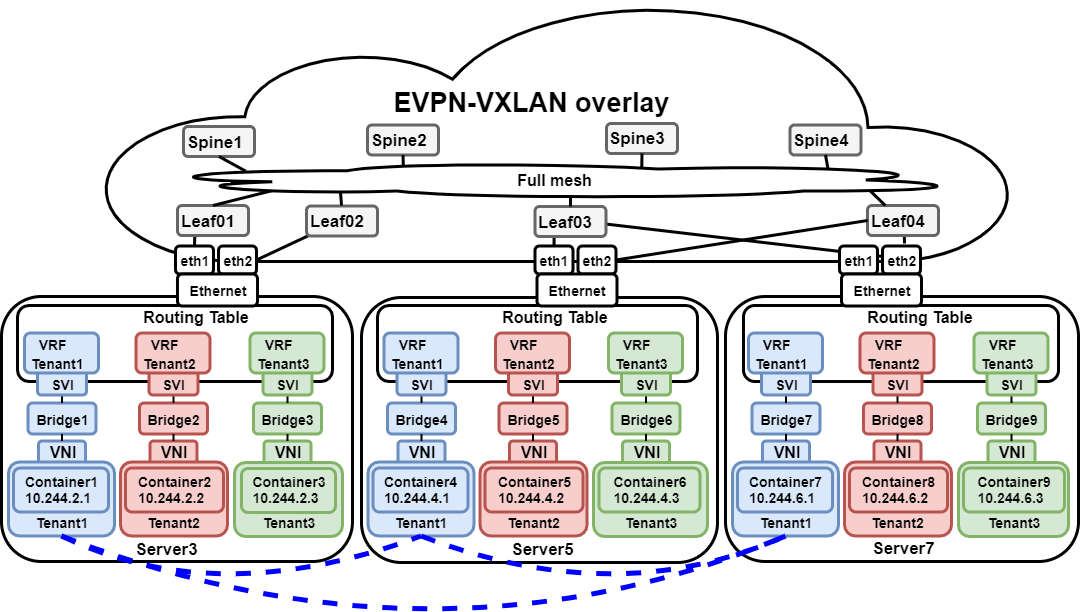
Earlier version of the draw.io export experiments/images/Experiment2.png (F-Potter/CRoHDAd_EVPN). Source tidied: cells renumbered, new cells last; positions are measured from the earlier drawing's top-left corner, leaving out a move shared by most shapes.
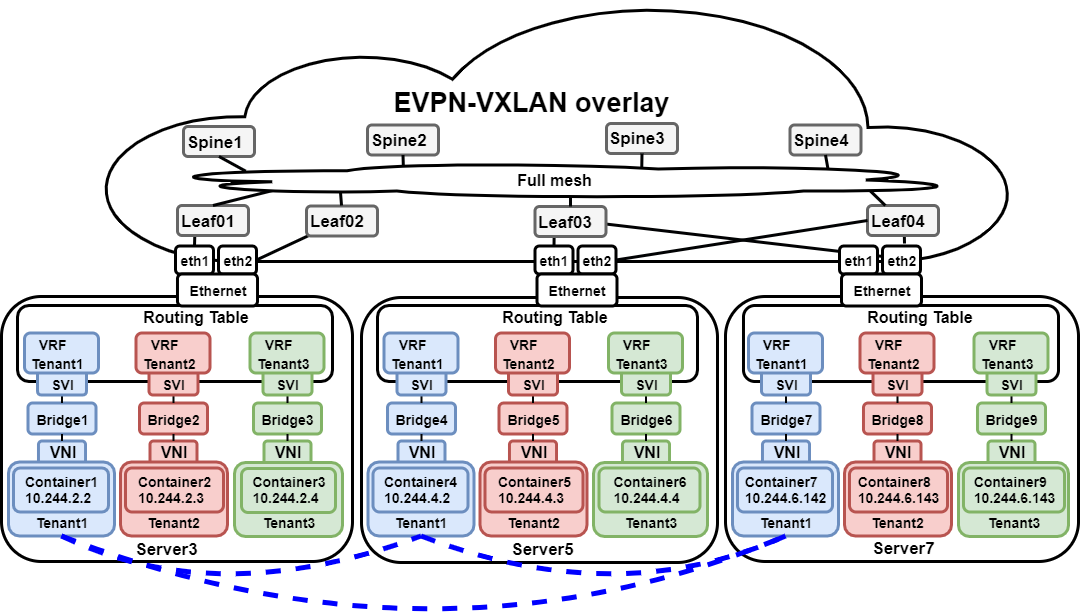
After the change.

Diff of the diagram source:
```diff
@@ -39,7 +39,7 @@
     <mxCell id="12" value="&lt;div style=&quot;text-align: left&quot;&gt;&lt;font style=&quot;font-size: 14px&quot;&gt;&lt;b&gt;&lt;br&gt;&lt;br&gt;Tenant1&lt;/b&gt;&lt;/font&gt;&lt;/div&gt;" style="rounded=1;whiteSpace=wrap;html=1;fontSize=16;fillColor=#dae8fc;strokeColor=#6c8ebf;strokeWidth=3;verticalAlign=bottom;" parent="1" vertex="1">
       <mxGeometry x="366.5" y="460.5" width="106" height="74" as="geometry" />
     </mxCell>
-    <mxCell id="13" value="&lt;div style=&quot;text-align: left ; font-size: 14px&quot;&gt;&lt;font style=&quot;font-size: 14px&quot;&gt;&lt;b style=&quot;font-size: 14px&quot;&gt;Container4&lt;br style=&quot;font-size: 14px&quot;&gt;10.244.4.1&lt;/b&gt;&lt;/font&gt;&lt;/div&gt;" style="rounded=1;whiteSpace=wrap;html=1;fontSize=14;fillColor=#dae8fc;strokeColor=#6c8ebf;strokeWidth=3;" parent="1" vertex="1">
+    <mxCell id="13" value="&lt;div style=&quot;text-align: left ; font-size: 14px&quot;&gt;&lt;font style=&quot;font-size: 14px&quot;&gt;&lt;b style=&quot;font-size: 14px&quot;&gt;Container4&lt;br style=&quot;font-size: 14px&quot;&gt;10.244.4.2&lt;/b&gt;&lt;/font&gt;&lt;/div&gt;" style="rounded=1;whiteSpace=wrap;html=1;fontSize=14;fillColor=#dae8fc;strokeColor=#6c8ebf;strokeWidth=3;" parent="1" vertex="1">
       <mxGeometry x="371.5" y="466.5" width="95" height="44" as="geometry" />
     </mxCell>
     <mxCell id="14" style="endArrow=none;html=1;fontSize=18;spacing=2;strokeWidth=2;fillColor=#dae8fc;strokeColor=#010203;exitX=0.5;exitY=0;exitDx=0;exitDy=0;entryX=0.5;entryY=1;entryDx=0;entryDy=0;" parent="1" edge="1" source="11" target="10">
@@ -78,7 +78,7 @@
     <mxCell id="25" value="&lt;div style=&quot;text-align: left&quot;&gt;&lt;font style=&quot;font-size: 14px&quot;&gt;&lt;b&gt;&lt;br&gt;&lt;br&gt;Tenant2&lt;/b&gt;&lt;/font&gt;&lt;/div&gt;" style="rounded=1;whiteSpace=wrap;html=1;fontSize=16;fillColor=#f8cecc;strokeColor=#b85450;strokeWidth=3;verticalAlign=bottom;" parent="1" vertex="1">
       <mxGeometry x="478.5" y="460.5" width="107" height="74" as="geometry" />
     </mxCell>
-    <mxCell id="26" value="&lt;div style=&quot;text-align: left ; font-size: 14px&quot;&gt;&lt;font style=&quot;font-size: 14px&quot;&gt;&lt;b style=&quot;font-size: 14px&quot;&gt;Container5&lt;br style=&quot;font-size: 14px&quot;&gt;10.244.4.2&lt;/b&gt;&lt;/font&gt;&lt;/div&gt;" style="rounded=1;whiteSpace=wrap;html=1;fontSize=14;fillColor=#f8cecc;strokeColor=#b85450;strokeWidth=3;" parent="1" vertex="1">
+    <mxCell id="26" value="&lt;div style=&quot;text-align: left ; font-size: 14px&quot;&gt;&lt;font style=&quot;font-size: 14px&quot;&gt;&lt;b style=&quot;font-size: 14px&quot;&gt;Container5&lt;br style=&quot;font-size: 14px&quot;&gt;10.244.4.3&lt;/b&gt;&lt;/font&gt;&lt;/div&gt;" style="rounded=1;whiteSpace=wrap;html=1;fontSize=14;fillColor=#f8cecc;strokeColor=#b85450;strokeWidth=3;" parent="1" vertex="1">
       <mxGeometry x="483.5" y="466.5" width="98" height="44" as="geometry" />
     </mxCell>
     <mxCell id="27" style="endArrow=none;html=1;fontSize=18;spacing=2;strokeWidth=2;fillColor=#dae8fc;strokeColor=#010203;exitX=0.5;exitY=0;exitDx=0;exitDy=0;entryX=0.5;entryY=1;entryDx=0;entryDy=0;" parent="1" edge="1" source="24" target="23">
@@ -102,7 +102,7 @@
     <mxCell id="33" value="&lt;div style=&quot;text-align: left&quot;&gt;&lt;font style=&quot;font-size: 14px&quot;&gt;&lt;b&gt;&lt;br&gt;&lt;br&gt;Tenant3&lt;/b&gt;&lt;/font&gt;&lt;/div&gt;" style="rounded=1;whiteSpace=wrap;html=1;fontSize=16;fillColor=#d5e8d4;strokeColor=#82b366;strokeWidth=3;verticalAlign=bottom;" parent="1" vertex="1">
       <mxGeometry x="592" y="461" width="114" height="74" as="geometry" />
     </mxCell>
-    <mxCell id="34" value="&lt;div style=&quot;text-align: left ; font-size: 14px&quot;&gt;&lt;font style=&quot;font-size: 14px&quot;&gt;&lt;b style=&quot;font-size: 14px&quot;&gt;Container6&lt;br style=&quot;font-size: 14px&quot;&gt;10.244.4.3&lt;/b&gt;&lt;/font&gt;&lt;/div&gt;" style="rounded=1;whiteSpace=wrap;html=1;fontSize=14;fillColor=#d5e8d4;strokeColor=#82b366;strokeWidth=3;" parent="1" vertex="1">
+    <mxCell id="34" value="&lt;div style=&quot;text-align: left ; font-size: 14px&quot;&gt;&lt;font style=&quot;font-size: 14px&quot;&gt;&lt;b style=&quot;font-size: 14px&quot;&gt;Container6&lt;br style=&quot;font-size: 14px&quot;&gt;10.244.4.4&lt;/b&gt;&lt;/font&gt;&lt;/div&gt;" style="rounded=1;whiteSpace=wrap;html=1;fontSize=14;fillColor=#d5e8d4;strokeColor=#82b366;strokeWidth=3;" parent="1" vertex="1">
       <mxGeometry x="597.5" y="466.5" width="101" height="44" as="geometry" />
     </mxCell>
     <mxCell id="35" style="endArrow=none;html=1;fontSize=18;spacing=2;strokeWidth=2;fillColor=#dae8fc;strokeColor=#010203;exitX=0.5;exitY=0;exitDx=0;exitDy=0;entryX=0.5;entryY=1;entryDx=0;entryDy=0;" parent="1" edge="1" source="32" target="31">
@@ -132,7 +132,7 @@
     <mxCell id="43" value="&lt;div style=&quot;text-align: left&quot;&gt;&lt;font style=&quot;font-size: 14px&quot;&gt;&lt;b&gt;&lt;br&gt;&lt;br&gt;Tenant1&lt;/b&gt;&lt;/font&gt;&lt;/div&gt;" style="rounded=1;whiteSpace=wrap;html=1;fontSize=16;fillColor=#dae8fc;strokeColor=#6c8ebf;strokeWidth=3;verticalAlign=bottom;" parent="1" vertex="1">
       <mxGeometry x="731" y="460.5" width="106" height="74" as="geometry" />
     </mxCell>
-    <mxCell id="44" value="&lt;div style=&quot;text-align: left ; font-size: 14px&quot;&gt;&lt;font style=&quot;font-size: 14px&quot;&gt;&lt;b style=&quot;font-size: 14px&quot;&gt;Container7&lt;br style=&quot;font-size: 14px&quot;&gt;10.244.6.1&lt;/b&gt;&lt;/font&gt;&lt;/div&gt;" style="rounded=1;whiteSpace=wrap;html=1;fontSize=14;fillColor=#dae8fc;strokeColor=#6c8ebf;strokeWidth=3;" parent="1" vertex="1">
+    <mxCell id="44" value="&lt;div style=&quot;text-align: left ; font-size: 14px&quot;&gt;&lt;font style=&quot;font-size: 14px&quot;&gt;&lt;b style=&quot;font-size: 14px&quot;&gt;Container7&lt;br style=&quot;font-size: 14px&quot;&gt;10.244.6.142&lt;/b&gt;&lt;/font&gt;&lt;/div&gt;" style="rounded=1;whiteSpace=wrap;html=1;fontSize=14;fillColor=#dae8fc;strokeColor=#6c8ebf;strokeWidth=3;" parent="1" vertex="1">
       <mxGeometry x="736" y="466.5" width="95" height="44" as="geometry" />
     </mxCell>
     <mxCell id="45" style="endArrow=none;html=1;fontSize=18;spacing=2;strokeWidth=2;fillColor=#dae8fc;strokeColor=#010203;exitX=0.5;exitY=0;exitDx=0;exitDy=0;entryX=0.5;entryY=1;entryDx=0;entryDy=0;" parent="1" edge="1" source="42" target="41">
@@ -171,7 +171,7 @@
     <mxCell id="56" value="&lt;div style=&quot;text-align: left&quot;&gt;&lt;font style=&quot;font-size: 14px&quot;&gt;&lt;b&gt;&lt;br&gt;&lt;br&gt;Tenant2&lt;/b&gt;&lt;/font&gt;&lt;/div&gt;" style="rounded=1;whiteSpace=wrap;html=1;fontSize=16;fillColor=#f8cecc;strokeColor=#b85450;strokeWidth=3;verticalAlign=bottom;" parent="1" vertex="1">
       <mxGeometry x="843" y="460.5" width="107" height="74" as="geometry" />
     </mxCell>
-    <mxCell id="57" value="&lt;div style=&quot;text-align: left ; font-size: 14px&quot;&gt;&lt;font style=&quot;font-size: 14px&quot;&gt;&lt;b style=&quot;font-size: 14px&quot;&gt;Container8&lt;br style=&quot;font-size: 14px&quot;&gt;10.244.6.2&lt;/b&gt;&lt;/font&gt;&lt;/div&gt;" style="rounded=1;whiteSpace=wrap;html=1;fontSize=14;fillColor=#f8cecc;strokeColor=#b85450;strokeWidth=3;" parent="1" vertex="1">
+    <mxCell id="57" value="&lt;div style=&quot;text-align: left ; font-size: 14px&quot;&gt;&lt;font style=&quot;font-size: 14px&quot;&gt;&lt;b style=&quot;font-size: 14px&quot;&gt;Container8&lt;br style=&quot;font-size: 14px&quot;&gt;10.244.6.143&lt;/b&gt;&lt;/font&gt;&lt;/div&gt;" style="rounded=1;whiteSpace=wrap;html=1;fontSize=14;fillColor=#f8cecc;strokeColor=#b85450;strokeWidth=3;" parent="1" vertex="1">
       <mxGeometry x="848" y="466.5" width="98" height="44" as="geometry" />
     </mxCell>
     <mxCell id="58" style="endArrow=none;html=1;fontSize=18;spacing=2;strokeWidth=2;fillColor=#dae8fc;strokeColor=#010203;exitX=0.5;exitY=0;exitDx=0;exitDy=0;entryX=0.5;entryY=1;entryDx=0;entryDy=0;" parent="1" edge="1" source="55" target="54">
@@ -195,7 +195,7 @@
     <mxCell id="64" value="&lt;div style=&quot;text-align: left&quot;&gt;&lt;font style=&quot;font-size: 14px&quot;&gt;&lt;b&gt;&lt;br&gt;&lt;br&gt;Tenant3&lt;/b&gt;&lt;/font&gt;&lt;/div&gt;" style="rounded=1;whiteSpace=wrap;html=1;fontSize=16;fillColor=#d5e8d4;strokeColor=#82b366;strokeWidth=3;verticalAlign=bottom;" parent="1" vertex="1">
       <mxGeometry x="957" y="461" width="110" height="74" as="geometry" />
     </mxCell>
-    <mxCell id="65" value="&lt;div style=&quot;text-align: left ; font-size: 14px&quot;&gt;&lt;font style=&quot;font-size: 14px&quot;&gt;&lt;b style=&quot;font-size: 14px&quot;&gt;Container9&lt;br style=&quot;font-size: 14px&quot;&gt;10.244.6.3&lt;/b&gt;&lt;/font&gt;&lt;/div&gt;" style="rounded=1;whiteSpace=wrap;html=1;fontSize=14;fillColor=#d5e8d4;strokeColor=#82b366;strokeWidth=3;" parent="1" vertex="1">
+    <mxCell id="65" value="&lt;div style=&quot;text-align: left ; font-size: 14px&quot;&gt;&lt;font style=&quot;font-size: 14px&quot;&gt;&lt;b style=&quot;font-size: 14px&quot;&gt;Container9&lt;br style=&quot;font-size: 14px&quot;&gt;10.244.6.143&lt;/b&gt;&lt;/font&gt;&lt;/div&gt;" style="rounded=1;whiteSpace=wrap;html=1;fontSize=14;fillColor=#d5e8d4;strokeColor=#82b366;strokeWidth=3;" parent="1" vertex="1">
       <mxGeometry x="962" y="466.5" width="101" height="44" as="geometry" />
     </mxCell>
     <mxCell id="66" style="endArrow=none;html=1;fontSize=18;spacing=2;strokeWidth=2;fillColor=#dae8fc;strokeColor=#010203;exitX=0.5;exitY=0;exitDx=0;exitDy=0;entryX=0.5;entryY=1;entryDx=0;entryDy=0;" parent="1" edge="1" source="63" target="62">
@@ -225,7 +225,7 @@
     <mxCell id="74" value="&lt;div style=&quot;text-align: left&quot;&gt;&lt;font style=&quot;font-size: 14px&quot;&gt;&lt;b&gt;&lt;br&gt;&lt;br&gt;Tenant1&lt;/b&gt;&lt;/font&gt;&lt;/div&gt;" style="rounded=1;whiteSpace=wrap;html=1;fontSize=16;fillColor=#dae8fc;strokeColor=#6c8ebf;strokeWidth=3;verticalAlign=bottom;" parent="1" vertex="1">
       <mxGeometry x="7" y="460.5" width="106" height="74" as="geometry" />
     </mxCell>
-    <mxCell id="75" value="&lt;div style=&quot;text-align: left ; font-size: 14px&quot;&gt;&lt;font style=&quot;font-size: 14px&quot;&gt;&lt;b style=&quot;font-size: 14px&quot;&gt;Container1&lt;br style=&quot;font-size: 14px&quot;&gt;10.244.2.1&lt;/b&gt;&lt;/font&gt;&lt;/div&gt;" style="rounded=1;whiteSpace=wrap;html=1;fontSize=14;fillColor=#dae8fc;strokeColor=#6c8ebf;strokeWidth=3;" parent="1" vertex="1">
+    <mxCell id="75" value="&lt;div style=&quot;text-align: left ; font-size: 14px&quot;&gt;&lt;font style=&quot;font-size: 14px&quot;&gt;&lt;b style=&quot;font-size: 14px&quot;&gt;Container1&lt;br style=&quot;font-size: 14px&quot;&gt;10.244.2.2&lt;/b&gt;&lt;/font&gt;&lt;/div&gt;" style="rounded=1;whiteSpace=wrap;html=1;fontSize=14;fillColor=#dae8fc;strokeColor=#6c8ebf;strokeWidth=3;" parent="1" vertex="1">
       <mxGeometry x="12" y="466.5" width="95" height="44" as="geometry" />
     </mxCell>
     <mxCell id="76" style="endArrow=none;html=1;fontSize=18;spacing=2;strokeWidth=2;fillColor=#dae8fc;strokeColor=#010203;exitX=0.5;exitY=0;exitDx=0;exitDy=0;entryX=0.5;entryY=1;entryDx=0;entryDy=0;" parent="1" edge="1" source="73" target="72">
@@ -255,7 +255,7 @@
     <mxCell id="84" value="&lt;div style=&quot;text-align: left&quot;&gt;&lt;font style=&quot;font-size: 14px&quot;&gt;&lt;b&gt;&lt;br&gt;&lt;br&gt;Tenant2&lt;/b&gt;&lt;/font&gt;&lt;/div&gt;" style="rounded=1;whiteSpace=wrap;html=1;fontSize=16;fillColor=#f8cecc;strokeColor=#b85450;strokeWidth=3;verticalAlign=bottom;" parent="1" vertex="1">
       <mxGeometry x="119" y="460.5" width="107" height="74" as="geometry" />
     </mxCell>
-    <mxCell id="85" value="&lt;div style=&quot;text-align: left ; font-size: 14px&quot;&gt;&lt;font style=&quot;font-size: 14px&quot;&gt;&lt;b style=&quot;font-size: 14px&quot;&gt;Container2&lt;br style=&quot;font-size: 14px&quot;&gt;10.244.2.2&lt;/b&gt;&lt;/font&gt;&lt;/div&gt;" style="rounded=1;whiteSpace=wrap;html=1;fontSize=14;fillColor=#f8cecc;strokeColor=#b85450;strokeWidth=3;" parent="1" vertex="1">
+    <mxCell id="85" value="&lt;div style=&quot;text-align: left ; font-size: 14px&quot;&gt;&lt;font style=&quot;font-size: 14px&quot;&gt;&lt;b style=&quot;font-size: 14px&quot;&gt;Container2&lt;br style=&quot;font-size: 14px&quot;&gt;10.244.2.3&lt;/b&gt;&lt;/font&gt;&lt;/div&gt;" style="rounded=1;whiteSpace=wrap;html=1;fontSize=14;fillColor=#f8cecc;strokeColor=#b85450;strokeWidth=3;" parent="1" vertex="1">
       <mxGeometry x="124" y="466.5" width="98" height="44" as="geometry" />
     </mxCell>
     <mxCell id="86" style="endArrow=none;html=1;fontSize=18;spacing=2;strokeWidth=2;fillColor=#dae8fc;strokeColor=#010203;exitX=0.5;exitY=0;exitDx=0;exitDy=0;entryX=0.5;entryY=1;entryDx=0;entryDy=0;" parent="1" edge="1" source="83" target="82">
@@ -279,7 +279,7 @@
     <mxCell id="92" value="&lt;div style=&quot;text-align: left&quot;&gt;&lt;font style=&quot;font-size: 14px&quot;&gt;&lt;b&gt;&lt;br&gt;&lt;br&gt;Tenant3&lt;/b&gt;&lt;/font&gt;&lt;/div&gt;" style="rounded=1;whiteSpace=wrap;html=1;fontSize=16;fillColor=#d5e8d4;strokeColor=#82b366;strokeWidth=3;verticalAlign=bottom;" parent="1" vertex="1">
       <mxGeometry x="233" y="461" width="108" height="74" as="geometry" />
     </mxCell>
-    <mxCell id="93" value="&lt;div style=&quot;text-align: left ; font-size: 14px&quot;&gt;&lt;font style=&quot;font-size: 14px&quot;&gt;&lt;b style=&quot;font-size: 14px&quot;&gt;Container3&lt;br style=&quot;font-size: 14px&quot;&gt;10.244.2.3&lt;/b&gt;&lt;/font&gt;&lt;/div&gt;" style="rounded=1;whiteSpace=wrap;html=1;fontSize=14;fillColor=#d5e8d4;strokeColor=#82b366;strokeWidth=3;" parent="1" vertex="1">
+    <mxCell id="93" value="&lt;div style=&quot;text-align: left ; font-size: 14px&quot;&gt;&lt;font style=&quot;font-size: 14px&quot;&gt;&lt;b style=&quot;font-size: 14px&quot;&gt;Container3&lt;br style=&quot;font-size: 14px&quot;&gt;10.244.2.4&lt;/b&gt;&lt;/font&gt;&lt;/div&gt;" style="rounded=1;whiteSpace=wrap;html=1;fontSize=14;fillColor=#d5e8d4;strokeColor=#82b366;strokeWidth=3;" parent="1" vertex="1">
       <mxGeometry x="240" y="467" width="94" height="44" as="geometry" />
     </mxCell>
     <mxCell id="94" style="endArrow=none;html=1;fontSize=18;spacing=2;strokeWidth=2;fillColor=#dae8fc;strokeColor=#010203;exitX=0.5;exitY=0;exitDx=0;exitDy=0;entryX=0.5;entryY=1;entryDx=0;entryDy=0;" parent="1" edge="1" source="91" target="90">
```
